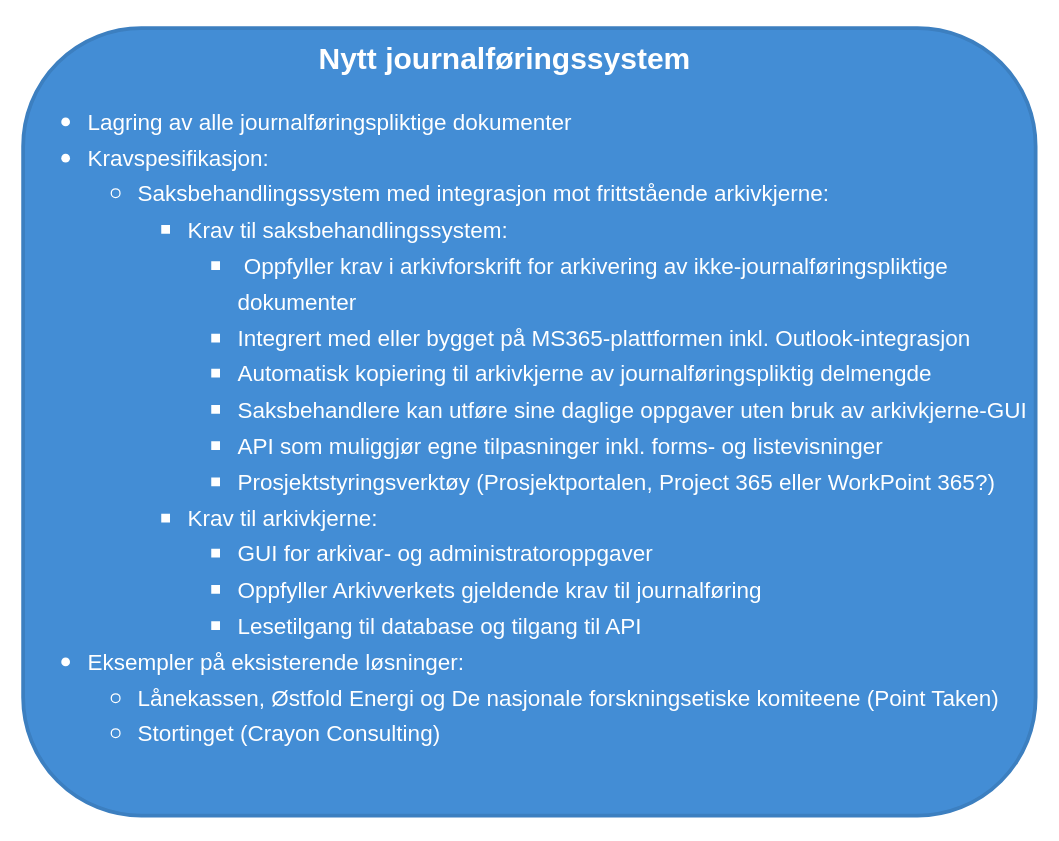
mortenee/draw.io keeps this draw.io diagram as page "Nytt journalføringssystem" (7 of 14) of .drawio. Above is the earlier version. Source tidied: cells renumbered, new cells numbered last; positions are measured from the earlier drawing's top-left corner, leaving out a move shared by most shapes. Both pictures are drawn from the tidied source at 125%, with x=0, y=0 at pixel (22, 28).
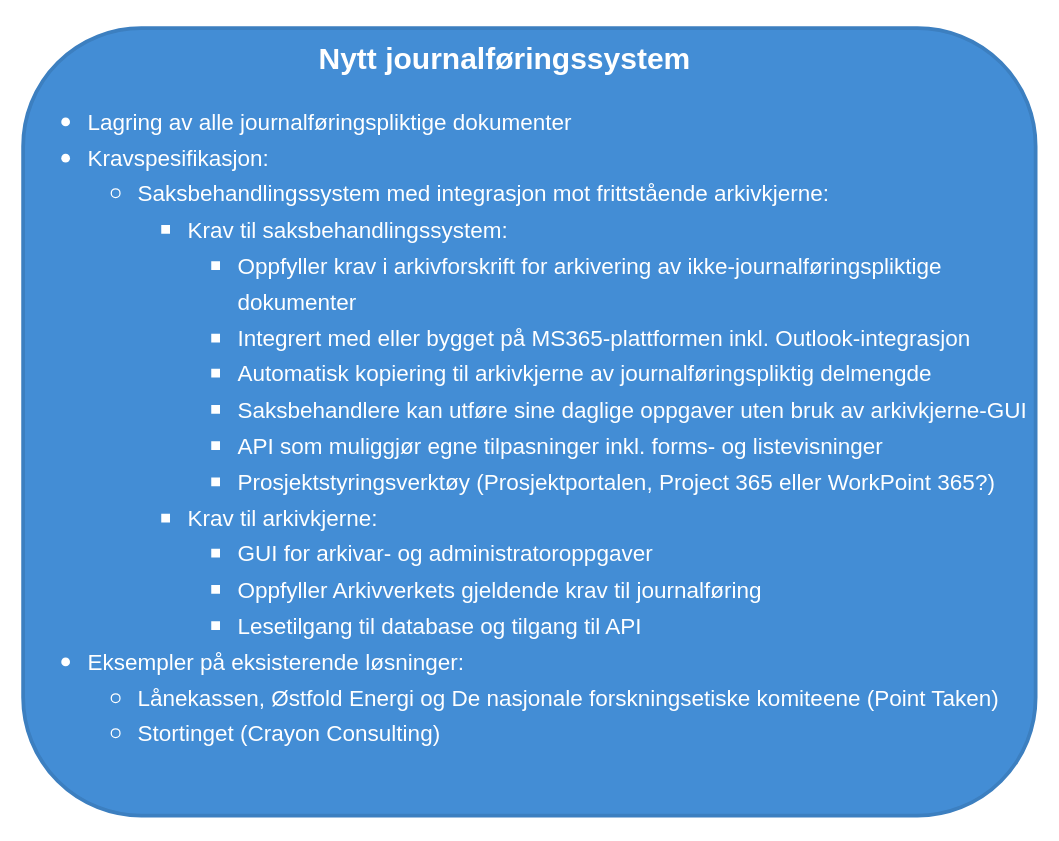
After the change.

Change to the diagram source:
```diff
@@
 <mxGraphModel>
   <root>
     <mxCell id="0" />
     <mxCell id="1" parent="0" />
-    <mxCell id="2" value="&lt;h1 style=&quot;margin-top: 0px;&quot;&gt;&lt;div&gt;&lt;span style=&quot;font-size: 18px; font-weight: 400;&quot;&gt;&lt;br&gt;&lt;/span&gt;&lt;/div&gt;&lt;ul&gt;&lt;li&gt;&lt;span style=&quot;font-size: 18px; font-weight: 400;&quot;&gt;Lagring av alle journalføringspliktige dokumenter&lt;/span&gt;&lt;/li&gt;&lt;li&gt;&lt;span style=&quot;font-size: 18px; font-weight: 400;&quot;&gt;Kravspesifikasjon:&lt;/span&gt;&lt;/li&gt;&lt;ul&gt;&lt;li&gt;&lt;span style=&quot;background-color: initial; font-size: 18px; font-weight: 400;&quot;&gt;Saksbehandlingssystem med integrasjon mot frittstående arkivkjerne:&lt;/span&gt;&lt;/li&gt;&lt;ul&gt;&lt;li&gt;&lt;span style=&quot;font-size: 18px; font-weight: 400;&quot;&gt;Krav til saksbehandlingssystem:&lt;/span&gt;&lt;/li&gt;&lt;ul&gt;&lt;li&gt;&lt;span style=&quot;font-size: 18px; font-weight: 400;&quot;&gt;&amp;nbsp;Oppfyller krav i arkivforskrift for arkivering av ikke-journalføringspliktige dokumenter&lt;/span&gt;&lt;/li&gt;&lt;li&gt;&lt;span style=&quot;font-size: 18px; font-weight: 400;&quot;&gt;Integrert med eller bygget på MS365-plattformen inkl. Outlook-integrasjon&lt;/span&gt;&lt;/li&gt;&lt;li&gt;&lt;span style=&quot;font-size: 18px; font-weight: 400;&quot;&gt;Automatisk kopiering til arkivkjerne av journalføringspliktig delmengde&lt;/span&gt;&lt;/li&gt;&lt;li&gt;&lt;span style=&quot;font-size: 18px; font-weight: 400;&quot;&gt;Saksbehandlere kan utføre sine daglige oppgaver uten bruk av arkivkjerne-GUI&lt;/span&gt;&lt;/li&gt;&lt;li&gt;&lt;span style=&quot;font-size: 18px; font-weight: 400;&quot;&gt;API som muliggjør egne tilpasninger inkl. forms- og listevisninger&amp;nbsp;&lt;/span&gt;&lt;/li&gt;&lt;li&gt;&lt;span style=&quot;font-size: 18px; font-weight: 400;&quot;&gt;Prosjektstyringsverktøy (Prosjektportalen, Project 365 eller WorkPoint 365?)&lt;/span&gt;&lt;/li&gt;&lt;/ul&gt;&lt;li&gt;&lt;span style=&quot;font-size: 18px; font-weight: 400;&quot;&gt;Krav til arkivkjerne:&lt;/span&gt;&lt;/li&gt;&lt;ul&gt;&lt;li&gt;&lt;span style=&quot;font-size: 18px; font-weight: 400;&quot;&gt;GUI for arkivar- og administratoroppgaver&lt;/span&gt;&lt;/li&gt;&lt;li&gt;&lt;span style=&quot;font-size: 18px; font-weight: 400;&quot;&gt;Oppfyller Arkivverkets gjeldende krav til journalføring&lt;/span&gt;&lt;/li&gt;&lt;li&gt;&lt;span style=&quot;font-size: 18px; font-weight: 400;&quot;&gt;Lesetilgang til database og tilgang til API&lt;span style=&quot;white-space: pre;&quot;&gt;&#9;&lt;/span&gt;&amp;nbsp;&lt;/span&gt;&lt;/li&gt;&lt;/ul&gt;&lt;/ul&gt;&lt;/ul&gt;&lt;li&gt;&lt;span style=&quot;font-size: 18px; font-weight: 400; background-color: initial;&quot;&gt;Eksempler på eksisterende løsninger:&lt;/span&gt;&lt;/li&gt;&lt;ul&gt;&lt;li&gt;&lt;span style=&quot;font-size: 18px; font-weight: 400;&quot;&gt;Lånekassen, Østfold Energi og De nasjonale forskningsetiske komiteene (Point Taken)&lt;/span&gt;&lt;/li&gt;&lt;li&gt;&lt;span style=&quot;font-size: 18px; font-weight: 400;&quot;&gt;Stortinget (Crayon Consulting)&lt;/span&gt;&lt;/li&gt;&lt;/ul&gt;&lt;/ul&gt;&lt;/h1&gt;" style="text;html=1;whiteSpace=wrap;overflow=hidden;rounded=1;fillColor=#438dd5;strokeColor=#3c7fc0;fontColor=#ffffff;fontFamily=Helvetica;fontSize=12;labelBackgroundColor=none;glass=0;shadow=0;strokeWidth=3;spacingLeft=10;" parent="1" vertex="1">
+    <mxCell id="2" value="&lt;h1 style=&quot;margin-top: 0px;&quot;&gt;&lt;div&gt;&lt;span style=&quot;font-size: 18px; font-weight: 400;&quot;&gt;&lt;br&gt;&lt;/span&gt;&lt;/div&gt;&lt;ul&gt;&lt;li&gt;&lt;span style=&quot;font-size: 18px; font-weight: 400;&quot;&gt;Lagring av alle journalføringspliktige dokumenter&lt;/span&gt;&lt;/li&gt;&lt;li&gt;&lt;span style=&quot;font-size: 18px; font-weight: 400;&quot;&gt;Kravspesifikasjon:&lt;/span&gt;&lt;/li&gt;&lt;ul&gt;&lt;li&gt;&lt;span style=&quot;background-color: initial; font-size: 18px; font-weight: 400;&quot;&gt;Saksbehandlingssystem med integrasjon mot frittstående arkivkjerne:&lt;/span&gt;&lt;/li&gt;&lt;ul&gt;&lt;li&gt;&lt;span style=&quot;font-size: 18px; font-weight: 400;&quot;&gt;Krav til saksbehandlingssystem:&lt;/span&gt;&lt;/li&gt;&lt;ul&gt;&lt;li&gt;&lt;span style=&quot;font-size: 18px; font-weight: 400;&quot;&gt;Oppfyller krav i arkivforskrift for arkivering av ikke-journalføringspliktige dokumenter&lt;/span&gt;&lt;/li&gt;&lt;li&gt;&lt;span style=&quot;font-size: 18px; font-weight: 400;&quot;&gt;Integrert med eller bygget på MS365-plattformen inkl. Outlook-integrasjon&lt;/span&gt;&lt;/li&gt;&lt;li&gt;&lt;span style=&quot;font-size: 18px; font-weight: 400;&quot;&gt;Automatisk kopiering til arkivkjerne av journalføringspliktig delmengde&lt;/span&gt;&lt;/li&gt;&lt;li&gt;&lt;span style=&quot;font-size: 18px; font-weight: 400;&quot;&gt;Saksbehandlere kan utføre sine daglige oppgaver uten bruk av arkivkjerne-GUI&lt;/span&gt;&lt;/li&gt;&lt;li&gt;&lt;span style=&quot;font-size: 18px; font-weight: 400;&quot;&gt;API som muliggjør egne tilpasninger inkl. forms- og listevisninger&amp;nbsp;&lt;/span&gt;&lt;/li&gt;&lt;li&gt;&lt;span style=&quot;font-size: 18px; font-weight: 400;&quot;&gt;Prosjektstyringsverktøy (Prosjektportalen, Project 365 eller WorkPoint 365?)&lt;/span&gt;&lt;/li&gt;&lt;/ul&gt;&lt;li&gt;&lt;span style=&quot;font-size: 18px; font-weight: 400;&quot;&gt;Krav til arkivkjerne:&lt;/span&gt;&lt;/li&gt;&lt;ul&gt;&lt;li&gt;&lt;span style=&quot;font-size: 18px; font-weight: 400;&quot;&gt;GUI for arkivar- og administratoroppgaver&lt;/span&gt;&lt;/li&gt;&lt;li&gt;&lt;span style=&quot;font-size: 18px; font-weight: 400;&quot;&gt;Oppfyller Arkivverkets gjeldende krav til journalføring&lt;/span&gt;&lt;/li&gt;&lt;li&gt;&lt;span style=&quot;font-size: 18px; font-weight: 400;&quot;&gt;Lesetilgang til database og tilgang til API&lt;span style=&quot;white-space: pre;&quot;&gt;&#9;&lt;/span&gt;&amp;nbsp;&lt;/span&gt;&lt;/li&gt;&lt;/ul&gt;&lt;/ul&gt;&lt;/ul&gt;&lt;li&gt;&lt;span style=&quot;font-size: 18px; font-weight: 400; background-color: initial;&quot;&gt;Eksempler på eksisterende løsninger:&lt;/span&gt;&lt;/li&gt;&lt;ul&gt;&lt;li&gt;&lt;span style=&quot;font-size: 18px; font-weight: 400;&quot;&gt;Lånekassen, Østfold Energi og De nasjonale forskningsetiske komiteene (Point Taken)&lt;/span&gt;&lt;/li&gt;&lt;li&gt;&lt;span style=&quot;font-size: 18px; font-weight: 400;&quot;&gt;Stortinget (Crayon Consulting)&lt;/span&gt;&lt;/li&gt;&lt;/ul&gt;&lt;/ul&gt;&lt;/h1&gt;" style="text;html=1;whiteSpace=wrap;overflow=hidden;rounded=1;fillColor=#438dd5;strokeColor=#3c7fc0;fontColor=#ffffff;fontFamily=Helvetica;fontSize=12;labelBackgroundColor=none;glass=0;shadow=0;strokeWidth=3;spacingLeft=10;" parent="1" vertex="1">
       <mxGeometry width="810" height="630" as="geometry" />
     </mxCell>
     <mxCell id="3" value="&lt;h1&gt;Nytt journalføringssystem&lt;/h1&gt;" style="text;html=1;align=center;verticalAlign=middle;rounded=0;fontColor=#FFFFFF;" parent="1" vertex="1">
       <mxGeometry x="320" y="10" width="130" height="30" as="geometry" />
     </mxCell>
   </root>
 </mxGraphModel>
```
